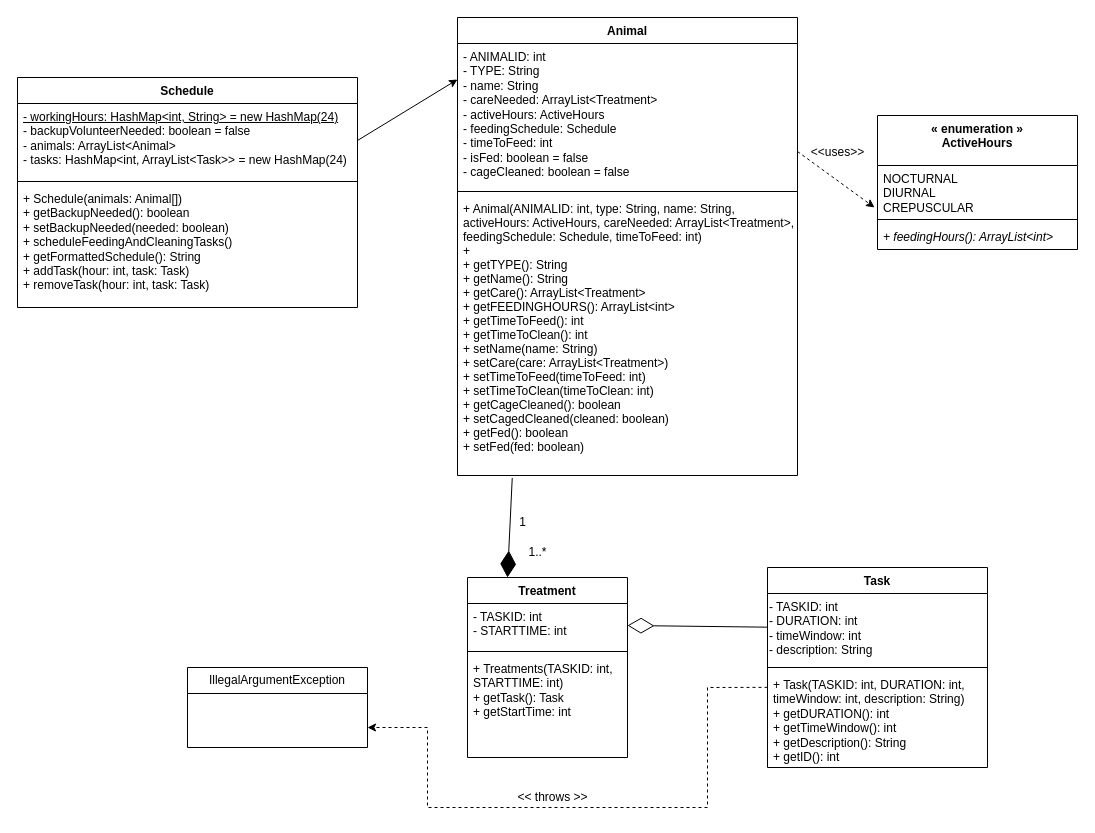
The draw.io diagram 64.drawio in aryan-karadia/Mock-Schedule-Builder, before the edit. Source tidied: cells renumbered, new cells numbered last; positions are measured from the earlier drawing's top-left corner, leaving out a move shared by most shapes. Both pictures are drawn from the tidied source at 100%, with x=0, y=0 at pixel (17, 17).
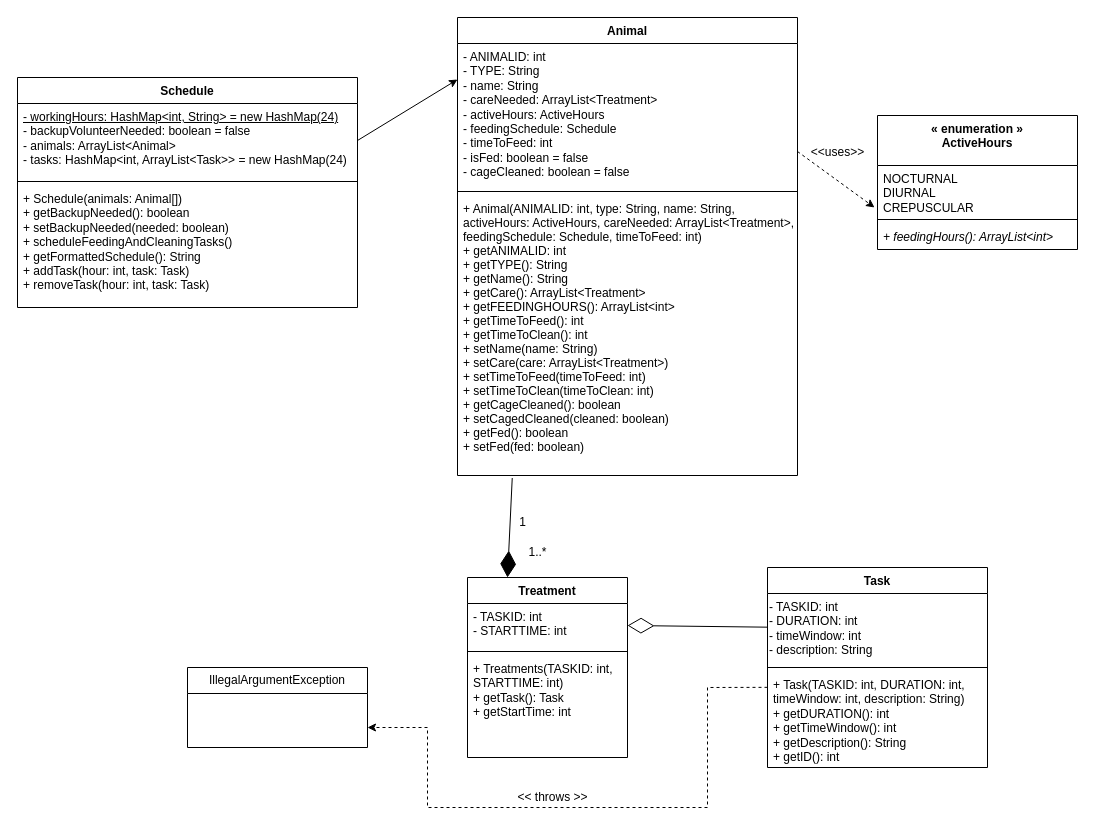
After the change.

Commit message:
Animal Class: added getANIMALID()

The change refers to these unchanged cells:
```xml
<mxCell id="2" value="Animal" style="swimlane;fontStyle=1;align=center;verticalAlign=top;horizontal=1;startSize=26;" parent="1" vertex="1">
  <mxGeometry x="440" width="340" height="458" as="geometry" />
</mxCell>
```

Diff of the diagram source:
```diff
@@
-    <mxCell id="5" value="+ Animal(ANIMALID: int, type: String, name: String, &#10;activeHours: ActiveHours, careNeeded: ArrayList&lt;Treatment&gt;, &#10;feedingSchedule: Schedule, timeToFeed: int)&#10;+ &#10;+ getTYPE(): String&#10;+ getName(): String&#10;+ getCare(): ArrayList&lt;Treatment&gt;&#10;+ getFEEDINGHOURS(): ArrayList&lt;int&gt;&#10;+ getTimeToFeed(): int&#10;+ getTimeToClean(): int&#10;+ setName(name: String)&#10;+ setCare(care: ArrayList&lt;Treatment&gt;)&#10;+ setTimeToFeed(timeToFeed: int)&#10;+ setTimeToClean(timeToClean: int)&#10;+ getCageCleaned(): boolean&#10;+ setCagedCleaned(cleaned: boolean)&#10;+ getFed(): boolean&#10;+ setFed(fed: boolean)&#10;&#10;" style="text;strokeColor=none;fillColor=none;align=left;verticalAlign=top;spacingLeft=4;spacingRight=4;overflow=hidden;points=[[0,0.5],[1,0.5]];portConstraint=eastwest;" parent="2" vertex="1">
+    <mxCell id="5" value="+ Animal(ANIMALID: int, type: String, name: String, &#10;activeHours: ActiveHours, careNeeded: ArrayList&lt;Treatment&gt;, &#10;feedingSchedule: Schedule, timeToFeed: int)&#10;+ getANIMALID: int&#10;+ getTYPE(): String&#10;+ getName(): String&#10;+ getCare(): ArrayList&lt;Treatment&gt;&#10;+ getFEEDINGHOURS(): ArrayList&lt;int&gt;&#10;+ getTimeToFeed(): int&#10;+ getTimeToClean(): int&#10;+ setName(name: String)&#10;+ setCare(care: ArrayList&lt;Treatment&gt;)&#10;+ setTimeToFeed(timeToFeed: int)&#10;+ setTimeToClean(timeToClean: int)&#10;+ getCageCleaned(): boolean&#10;+ setCagedCleaned(cleaned: boolean)&#10;+ getFed(): boolean&#10;+ setFed(fed: boolean)&#10;&#10;" style="text;strokeColor=none;fillColor=none;align=left;verticalAlign=top;spacingLeft=4;spacingRight=4;overflow=hidden;points=[[0,0.5],[1,0.5]];portConstraint=eastwest;" parent="2" vertex="1">
       <mxGeometry y="178" width="340" height="280" as="geometry" />
     </mxCell>
```
